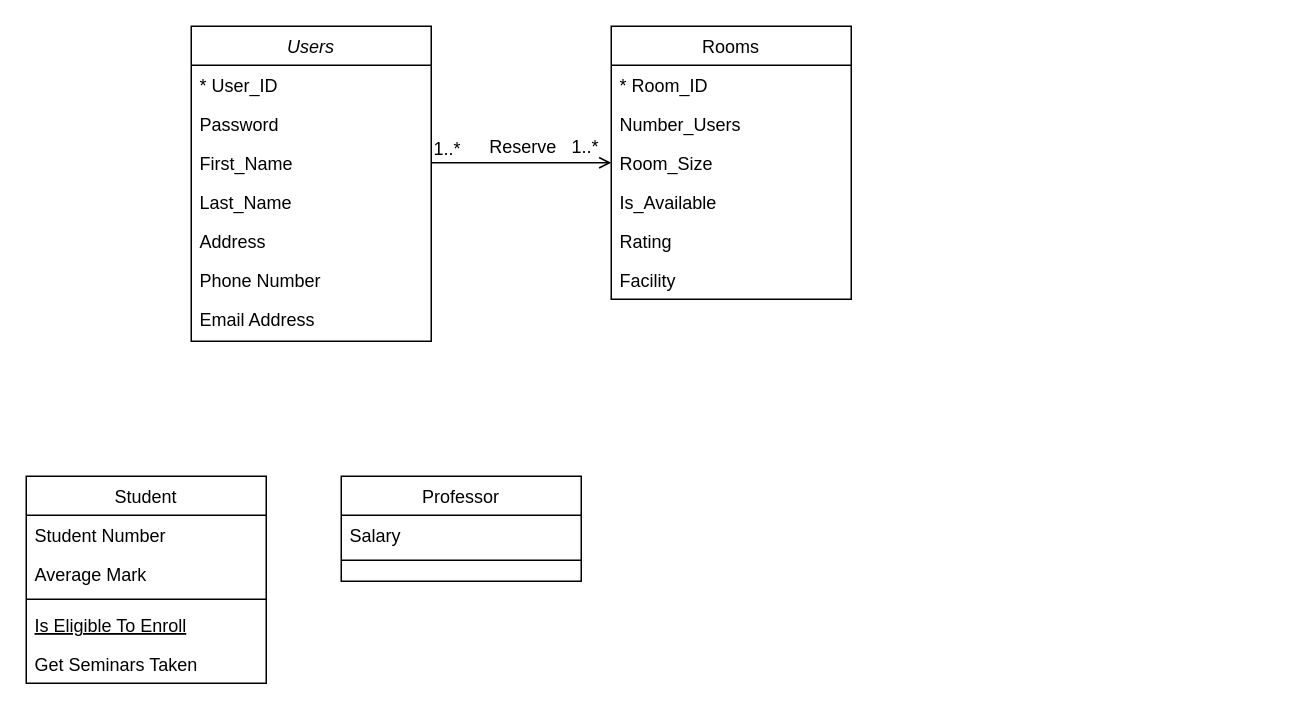
Above: Web_practice.drawio in Ziqi222/name.c (draw.io), before the change. Source tidied: cells renumbered, new cells numbered last; positions are measured from the earlier drawing's top-left corner, leaving out a move shared by most shapes. Both pictures are drawn from the tidied source at 150%, with x=0, y=0 at pixel (26, 26).
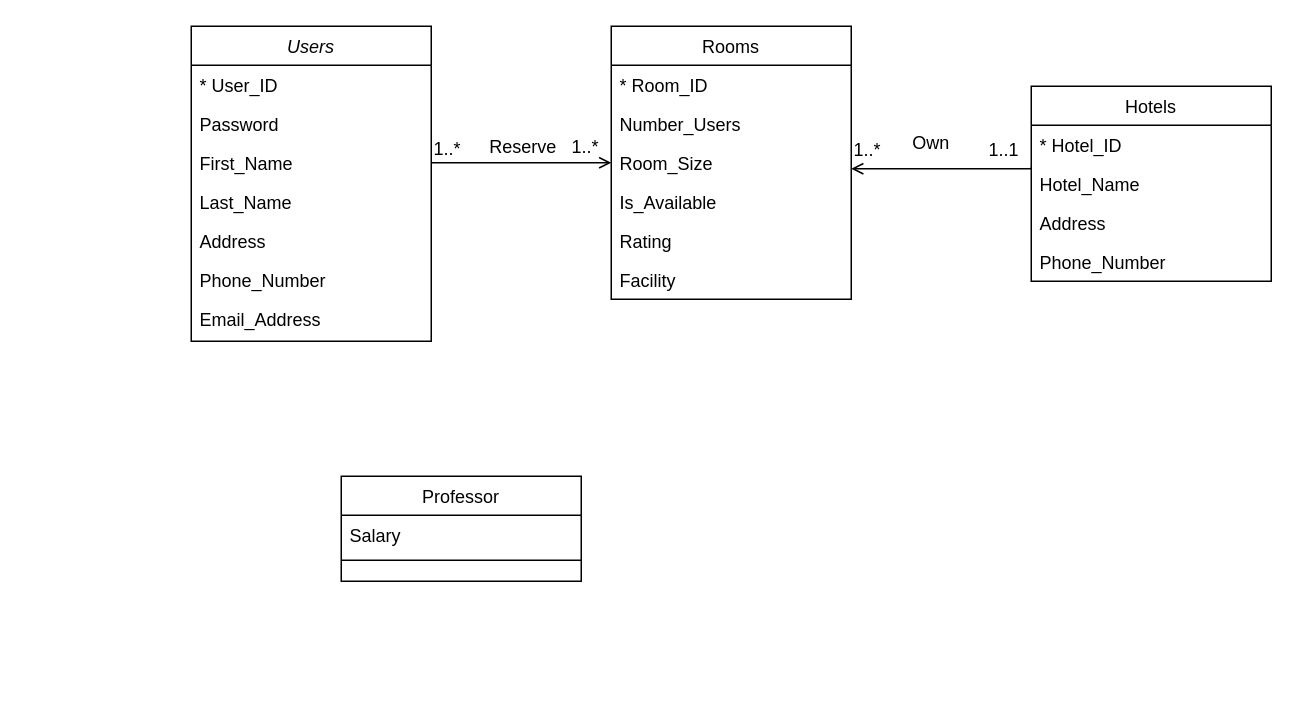
The same diagram, later.

The change refers to these unchanged cells:
```xml
<mxCell id="2" value="Users" style="swimlane;fontStyle=2;align=center;verticalAlign=top;horizontal=1;startSize=26;rounded=0;shadow=0;strokeWidth=1;" parent="1" vertex="1">
  <mxGeometry x="110" width="160" height="210" as="geometry" />
</mxCell>
```

The edit, as a diff of the source:
```diff
@@
-    <mxCell id="8" value="Phone Number" style="text;align=left;verticalAlign=top;spacingLeft=4;spacingRight=4;overflow=hidden;rounded=0;shadow=0;html=0;" parent="2" vertex="1">
+    <mxCell id="8" value="Phone_Number" style="text;align=left;verticalAlign=top;spacingLeft=4;spacingRight=4;overflow=hidden;rounded=0;shadow=0;html=0;" parent="2" vertex="1">
       <mxGeometry y="156" width="160" height="26" as="geometry" />
     </mxCell>
-    <mxCell id="9" value="Email Address" style="text;align=left;verticalAlign=top;spacingLeft=4;spacingRight=4;overflow=hidden;rounded=0;shadow=0;html=0;" parent="2" vertex="1">
+    <mxCell id="9" value="Email_Address" style="text;align=left;verticalAlign=top;spacingLeft=4;spacingRight=4;overflow=hidden;rounded=0;shadow=0;html=0;" parent="2" vertex="1">
       <mxGeometry y="182" width="160" height="26" as="geometry" />
     </mxCell>
-    <mxCell id="10" value="Student" style="swimlane;fontStyle=0;align=center;verticalAlign=top;horizontal=1;startSize=26;rounded=0;shadow=0;strokeWidth=1;" parent="1" vertex="1">
-      <mxGeometry y="300" width="160" height="138" as="geometry" />
-    </mxCell>
-    <mxCell id="11" value="Student Number" style="text;align=left;verticalAlign=top;spacingLeft=4;spacingRight=4;overflow=hidden;" parent="10" vertex="1">
-      <mxGeometry y="26" width="160" height="26" as="geometry" />
-    </mxCell>
-    <mxCell id="12" value="Average Mark" style="text;align=left;verticalAlign=top;spacingLeft=4;spacingRight=4;overflow=hidden;rounded=0;shadow=0;html=0;" parent="10" vertex="1">
-      <mxGeometry y="52" width="160" height="26" as="geometry" />
-    </mxCell>
-    <mxCell id="13" style="line;html=1;strokeWidth=1;align=left;verticalAlign=middle;spacingTop=-1;spacingLeft=3;spacingRight=3;labelPosition=right;" parent="10" vertex="1">
-      <mxGeometry y="78" width="160" height="8" as="geometry" />
-    </mxCell>
-    <mxCell id="14" value="Is Eligible To Enroll" style="text;align=left;verticalAlign=top;spacingLeft=4;spacingRight=4;overflow=hidden;fontStyle=4;" parent="10" vertex="1">
-      <mxGeometry y="86" width="160" height="26" as="geometry" />
-    </mxCell>
-    <mxCell id="15" value="Get Seminars Taken" style="text;align=left;verticalAlign=top;spacingLeft=4;spacingRight=4;overflow=hidden;" parent="10" vertex="1">
-      <mxGeometry y="112" width="160" height="26" as="geometry" />
-    </mxCell>
@@
+    <mxCell id="30" value="Hotels" style="swimlane;fontStyle=0;align=center;verticalAlign=top;horizontal=1;startSize=26;rounded=0;shadow=0;strokeWidth=1;" parent="1" vertex="1">
+      <mxGeometry x="670" y="40" width="160" height="130" as="geometry" />
+    </mxCell>
+    <mxCell id="31" value="* Hotel_ID" style="text;align=left;verticalAlign=top;spacingLeft=4;spacingRight=4;overflow=hidden;" parent="30" vertex="1">
+      <mxGeometry y="26" width="160" height="26" as="geometry" />
+    </mxCell>
+    <mxCell id="32" value="Hotel_Name" style="text;align=left;verticalAlign=top;spacingLeft=4;spacingRight=4;overflow=hidden;rounded=0;shadow=0;html=0;" parent="30" vertex="1">
+      <mxGeometry y="52" width="160" height="26" as="geometry" />
+    </mxCell>
+    <mxCell id="33" value="Address" style="text;align=left;verticalAlign=top;spacingLeft=4;spacingRight=4;overflow=hidden;rounded=0;shadow=0;html=0;" parent="30" vertex="1">
+      <mxGeometry y="78" width="160" height="26" as="geometry" />
+    </mxCell>
+    <mxCell id="34" value="Phone_Number" style="text;align=left;verticalAlign=top;spacingLeft=4;spacingRight=4;overflow=hidden;rounded=0;shadow=0;html=0;" parent="30" vertex="1">
+      <mxGeometry y="104" width="160" height="26" as="geometry" />
+    </mxCell>
+    <mxCell id="35" style="endArrow=open;shadow=0;strokeWidth=1;rounded=0;endFill=1;edgeStyle=elbowEdgeStyle;elbow=vertical;" parent="1" edge="1">
+      <mxGeometry x="0.5" y="41" relative="1" as="geometry">
+        <mxPoint x="670" y="94" as="sourcePoint" />
+        <mxPoint x="550" y="95" as="targetPoint" />
+        <mxPoint x="-40" y="32" as="offset" />
+      </mxGeometry>
+    </mxCell>
+    <mxCell id="36" value="1..*" style="align=left;verticalAlign=bottom;labelBackgroundColor=none;fontSize=12;" parent="1" vertex="1">
+      <mxGeometry x="550" y="91" as="geometry" />
+    </mxCell>
+    <mxCell id="37" value="1..1" style="align=left;verticalAlign=bottom;labelBackgroundColor=none;fontSize=12;" parent="1" vertex="1">
+      <mxGeometry x="640" y="91" as="geometry" />
+    </mxCell>
+    <mxCell id="38" value="Own" style="text;html=1;align=center;verticalAlign=middle;labelBackgroundColor=none;rounded=0;shadow=0;strokeWidth=1;fontSize=12;" parent="1" vertex="1">
+      <mxGeometry x="590" y="80" as="geometry">
+        <mxPoint x="12" y="-3" as="offset" />
+      </mxGeometry>
+    </mxCell>
```
